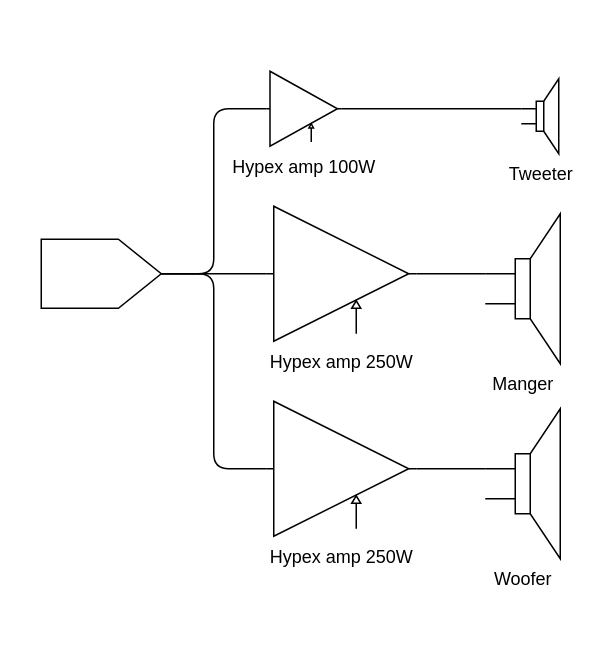
Above: Untitled Diagram.drawio in blueneogeo/manger (draw.io), before the change. Source tidied: cells renumbered, new cells numbered last; positions are measured from the earlier drawing's top-left corner, leaving out a move shared by most shapes. Both pictures are drawn from the tidied source at 150%, with x=0, y=0 at pixel (40, 70).
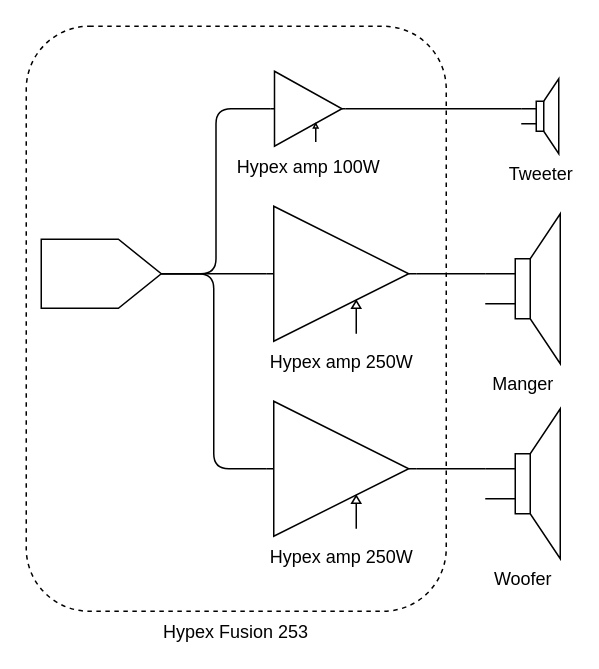
Above is the later version.

What changed in the source:
```diff
@@
 <mxGraphModel>
   <root>
     <mxCell id="0" />
     <mxCell id="1" parent="0" />
+    <mxCell id="15" value="Hypex Fusion 253" style="rounded=1;whiteSpace=wrap;html=1;dashed=1;labelPosition=center;verticalLabelPosition=bottom;align=center;verticalAlign=top;" parent="1" vertex="1">
+      <mxGeometry x="-10" y="-30" width="280" height="390" as="geometry" />
+    </mxCell>
     <mxCell id="2" value="Tweeter" style="verticalLabelPosition=bottom;shadow=0;dashed=0;align=center;html=1;verticalAlign=top;shape=mxgraph.electrical.electro-mechanical.loudspeaker;" parent="1" vertex="1">
       <mxGeometry x="320" y="5" width="25" height="50" as="geometry" />
     </mxCell>
     <mxCell id="3" style="edgeStyle=orthogonalEdgeStyle;rounded=1;jettySize=auto;html=1;exitX=1;exitY=0.5;exitDx=0;exitDy=0;exitPerimeter=0;entryX=0;entryY=0.4;entryDx=0;entryDy=0;entryPerimeter=0;endArrow=none;endFill=0;" parent="1" edge="1" source="4" target="2">
       <mxGeometry relative="1" as="geometry" />
     </mxCell>
     <mxCell id="4" value="Hypex amp 100W" style="verticalLabelPosition=bottom;shadow=0;dashed=0;align=center;html=1;verticalAlign=top;shape=mxgraph.electrical.abstract.controlled_amplifier;" parent="1" vertex="1">
-      <mxGeometry x="150" width="50" height="50" as="geometry" />
+      <mxGeometry x="153" width="50" height="50" as="geometry" />
     </mxCell>
     <mxCell id="5" style="edgeStyle=orthogonalEdgeStyle;rounded=1;jettySize=auto;html=1;exitX=1;exitY=0.5;exitDx=0;exitDy=0;exitPerimeter=0;entryX=0;entryY=0.4;entryDx=0;entryDy=0;entryPerimeter=0;endArrow=none;endFill=0;" parent="1" edge="1" source="6" target="7">
       <mxGeometry relative="1" as="geometry" />
     </mxCell>
     <mxCell id="6" value="Hypex amp 250W" style="verticalLabelPosition=bottom;shadow=0;dashed=0;align=center;html=1;verticalAlign=top;shape=mxgraph.electrical.abstract.controlled_amplifier;" parent="1" vertex="1">
       <mxGeometry x="150" y="90" width="100" height="90" as="geometry" />
     </mxCell>
     <mxCell id="7" value="Manger" style="verticalLabelPosition=bottom;shadow=0;dashed=0;align=center;html=1;verticalAlign=top;shape=mxgraph.electrical.electro-mechanical.loudspeaker;" parent="1" vertex="1">
       <mxGeometry x="296" y="95" width="50" height="100" as="geometry" />
     </mxCell>
     <mxCell id="8" style="edgeStyle=orthogonalEdgeStyle;rounded=1;jettySize=auto;html=1;exitX=1;exitY=0.5;exitDx=0;exitDy=0;exitPerimeter=0;entryX=0;entryY=0.4;entryDx=0;entryDy=0;entryPerimeter=0;endArrow=none;endFill=0;" parent="1" edge="1" source="9" target="10">
       <mxGeometry relative="1" as="geometry" />
     </mxCell>
     <mxCell id="9" value="Hypex amp 250W" style="verticalLabelPosition=bottom;shadow=0;dashed=0;align=center;html=1;verticalAlign=top;shape=mxgraph.electrical.abstract.controlled_amplifier;" parent="1" vertex="1">
       <mxGeometry x="150" y="220" width="100" height="90" as="geometry" />
     </mxCell>
     <mxCell id="10" value="Woofer" style="verticalLabelPosition=bottom;shadow=0;dashed=0;align=center;html=1;verticalAlign=top;shape=mxgraph.electrical.electro-mechanical.loudspeaker;" parent="1" vertex="1">
       <mxGeometry x="296" y="225" width="50" height="100" as="geometry" />
     </mxCell>
     <mxCell id="11" style="edgeStyle=orthogonalEdgeStyle;rounded=1;jettySize=auto;html=1;exitX=1;exitY=0.5;exitDx=0;exitDy=0;exitPerimeter=0;entryX=0;entryY=0.5;entryDx=0;entryDy=0;entryPerimeter=0;endArrow=none;endFill=0;" parent="1" edge="1" source="14" target="4">
       <mxGeometry relative="1" as="geometry" />
     </mxCell>
     <mxCell id="12" style="edgeStyle=orthogonalEdgeStyle;rounded=1;jettySize=auto;html=1;exitX=1;exitY=0.5;exitDx=0;exitDy=0;exitPerimeter=0;entryX=0;entryY=0.5;entryDx=0;entryDy=0;entryPerimeter=0;endArrow=none;endFill=0;" parent="1" edge="1" source="14" target="6">
       <mxGeometry relative="1" as="geometry" />
     </mxCell>
     <mxCell id="13" style="edgeStyle=orthogonalEdgeStyle;rounded=1;jettySize=auto;html=1;exitX=1;exitY=0.5;exitDx=0;exitDy=0;exitPerimeter=0;entryX=0;entryY=0.5;entryDx=0;entryDy=0;entryPerimeter=0;endArrow=none;endFill=0;" parent="1" edge="1" source="14" target="9">
       <mxGeometry relative="1" as="geometry" />
     </mxCell>
     <mxCell id="14" style="verticalLabelPosition=bottom;shadow=0;dashed=0;align=center;html=1;verticalAlign=top;shape=mxgraph.electrical.abstract.dac;" parent="1" vertex="1">
       <mxGeometry y="112" width="80" height="46" as="geometry" />
     </mxCell>
   </root>
 </mxGraphModel>
```
